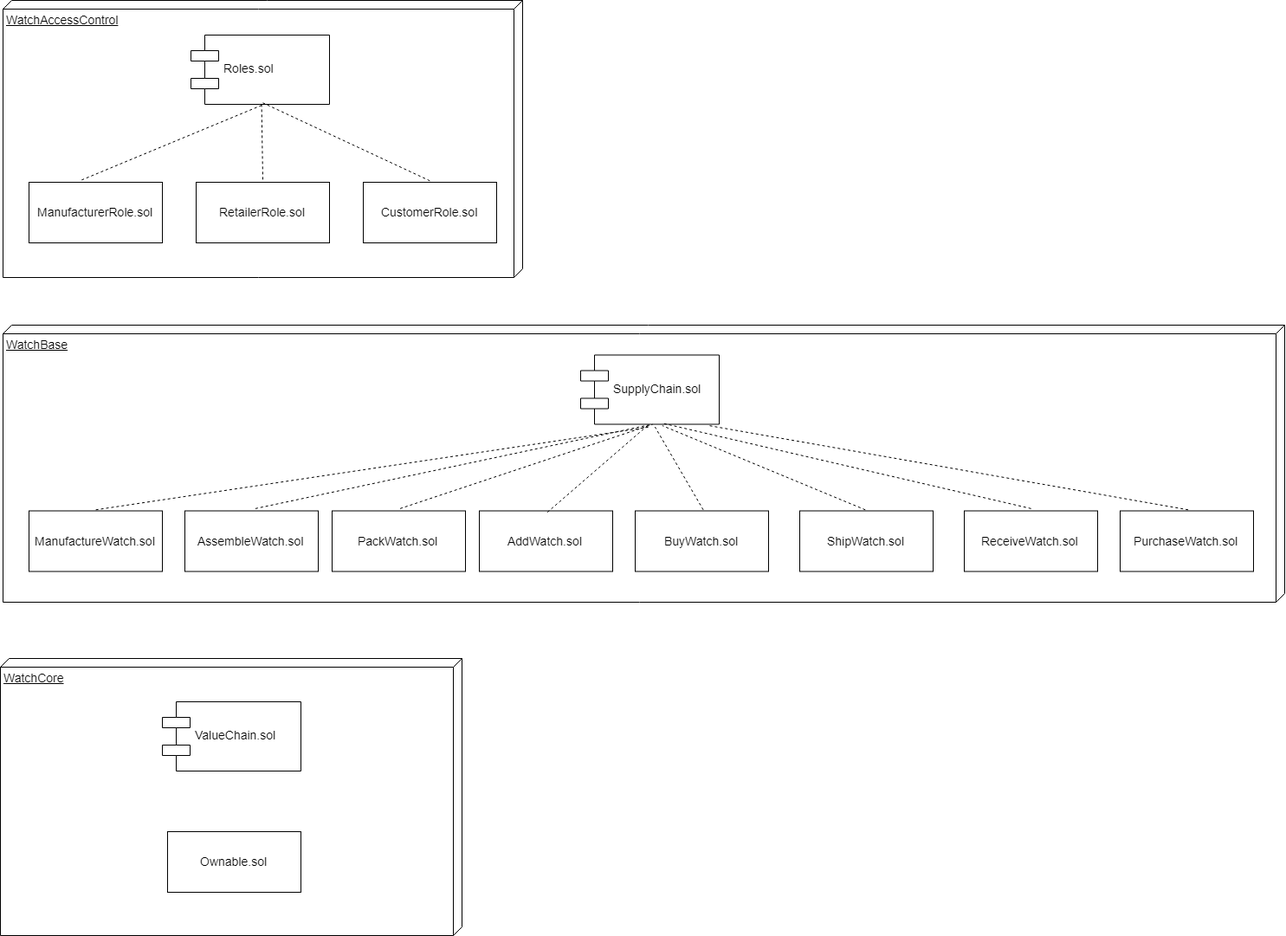
Before: UML/Watches Data Model Diagram.png, a diagram exported from draw.io (muradmm83/project6-blockchainnd). Source tidied: cells renumbered, new cells last; positions are measured from the earlier drawing's top-left corner, leaving out a move shared by most shapes.
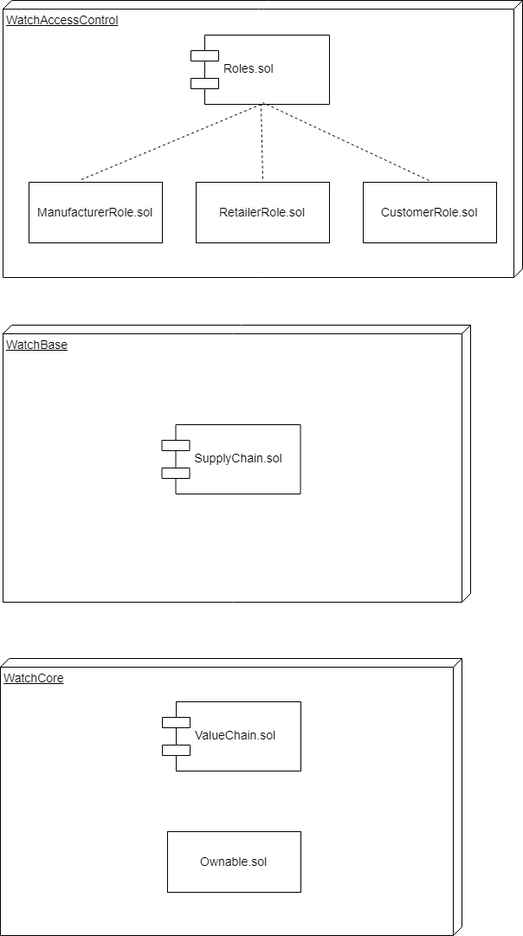
The same file after the commit.

Commit message:
Update State & Data Model diagrams

Change to the diagram source:
```diff
@@ -3,7 +3,7 @@
     <mxCell id="0" />
     <mxCell id="1" parent="0" />
     <mxCell id="2" value="&lt;font style=&quot;font-size: 14px&quot;&gt;WatchBase&lt;/font&gt;" style="verticalAlign=top;align=left;spacingTop=8;spacingLeft=2;spacingRight=12;shape=cube;size=10;direction=south;fontStyle=4;html=1;" parent="1" vertex="1">
-      <mxGeometry x="3" y="375" width="1480" height="320" as="geometry" />
+      <mxGeometry x="3" y="375" width="540" height="320" as="geometry" />
     </mxCell>
     <mxCell id="3" value="&lt;font style=&quot;font-size: 14px&quot;&gt;WatchAccessControl&lt;/font&gt;" style="verticalAlign=top;align=left;spacingTop=8;spacingLeft=2;spacingRight=12;shape=cube;size=10;direction=south;fontStyle=4;html=1;" parent="1" vertex="1">
       <mxGeometry x="3" width="600" height="320" as="geometry" />
@@ -30,56 +30,8 @@
       <mxGeometry relative="1" as="geometry" />
     </mxCell>
     <mxCell id="11" value="SupplyChain.sol" style="shape=component;align=left;spacingLeft=36;fontSize=14;" parent="1" vertex="1">
-      <mxGeometry x="670" y="409.5" width="160" height="80" as="geometry" />
+      <mxGeometry x="186.5" y="490" width="160" height="80" as="geometry" />
     </mxCell>
-    <mxCell id="12" value="&lt;span style=&quot;font-size: 14px&quot;&gt;ManufactureWatch.sol&lt;/span&gt;" style="html=1;" parent="1" vertex="1">
-      <mxGeometry x="33" y="589.5" width="154" height="70" as="geometry" />
-    </mxCell>
-    <mxCell id="13" value="&lt;font style=&quot;font-size: 14px&quot;&gt;AssembleWatch.sol&lt;/font&gt;" style="html=1;" parent="1" vertex="1">
-      <mxGeometry x="213" y="589.5" width="154" height="70" as="geometry" />
-    </mxCell>
-    <mxCell id="14" value="&lt;font style=&quot;font-size: 14px&quot;&gt;PackWatch.sol&lt;/font&gt;" style="html=1;" parent="1" vertex="1">
-      <mxGeometry x="383" y="589.5" width="154" height="70" as="geometry" />
-    </mxCell>
-    <mxCell id="15" value="&lt;font style=&quot;font-size: 14px&quot;&gt;AddWatch.sol&lt;/font&gt;" style="html=1;" parent="1" vertex="1">
-      <mxGeometry x="553" y="589.5" width="154" height="70" as="geometry" />
-    </mxCell>
-    <mxCell id="16" value="&lt;font style=&quot;font-size: 14px&quot;&gt;BuyWatch.sol&lt;/font&gt;" style="html=1;" parent="1" vertex="1">
-      <mxGeometry x="733" y="589.5" width="154" height="70" as="geometry" />
-    </mxCell>
-    <mxCell id="17" value="&lt;span style=&quot;font-size: 14px&quot;&gt;ShipWatch.sol&lt;/span&gt;" style="html=1;" parent="1" vertex="1">
-      <mxGeometry x="923" y="589.5" width="154" height="70" as="geometry" />
-    </mxCell>
-    <mxCell id="18" value="&lt;font style=&quot;font-size: 14px&quot;&gt;ReceiveWatch.sol&lt;/font&gt;" style="html=1;" parent="1" vertex="1">
-      <mxGeometry x="1113" y="589.5" width="154" height="70" as="geometry" />
-    </mxCell>
-    <mxCell id="19" value="&lt;font style=&quot;font-size: 14px&quot;&gt;PurchaseWatch.sol&lt;/font&gt;" style="html=1;" parent="1" vertex="1">
-      <mxGeometry x="1293" y="589.5" width="154" height="70" as="geometry" />
-    </mxCell>
-    <mxCell id="20" style="endArrow=none;dashed=1;html=1;fontSize=14;entryX=0.5;entryY=1.044;entryDx=0;entryDy=0;entryPerimeter=0;exitX=0.5;exitY=-0.021;exitDx=0;exitDy=0;exitPerimeter=0;" parent="1" edge="1" source="12" target="11">
-      <mxGeometry relative="1" as="geometry" />
-    </mxCell>
-    <mxCell id="21" style="endArrow=none;dashed=1;html=1;fontSize=14;exitX=0.527;exitY=-0.038;exitDx=0;exitDy=0;exitPerimeter=0;entryX=0.506;entryY=1.006;entryDx=0;entryDy=0;entryPerimeter=0;" parent="1" edge="1" source="13" target="11">
-      <mxGeometry relative="1" as="geometry" />
-    </mxCell>
-    <mxCell id="22" style="endArrow=none;dashed=1;html=1;fontSize=14;exitX=0.511;exitY=-0.032;exitDx=0;exitDy=0;exitPerimeter=0;entryX=0.519;entryY=1.006;entryDx=0;entryDy=0;entryPerimeter=0;" parent="1" edge="1" source="14" target="11">
-      <mxGeometry relative="1" as="geometry" />
-    </mxCell>
-    <mxCell id="23" style="endArrow=none;dashed=1;html=1;fontSize=14;exitX=0.506;exitY=0.021;exitDx=0;exitDy=0;exitPerimeter=0;entryX=0.494;entryY=1.006;entryDx=0;entryDy=0;entryPerimeter=0;" parent="1" edge="1" source="15" target="11">
-      <mxGeometry relative="1" as="geometry" />
-    </mxCell>
-    <mxCell id="24" style="endArrow=none;dashed=1;html=1;fontSize=14;entryX=0.536;entryY=1.031;entryDx=0;entryDy=0;entryPerimeter=0;exitX=0.506;exitY=-0.021;exitDx=0;exitDy=0;exitPerimeter=0;" parent="1" edge="1" source="16" target="11">
-      <mxGeometry relative="1" as="geometry" />
-    </mxCell>
-    <mxCell id="25" style="endArrow=none;dashed=1;html=1;fontSize=14;entryX=0.588;entryY=1.016;entryDx=0;entryDy=0;entryPerimeter=0;exitX=0.488;exitY=-0.016;exitDx=0;exitDy=0;exitPerimeter=0;" parent="1" edge="1" source="17" target="11">
-      <mxGeometry relative="1" as="geometry" />
-    </mxCell>
-    <mxCell id="26" style="endArrow=none;dashed=1;html=1;fontSize=14;entryX=0.588;entryY=0.981;entryDx=0;entryDy=0;entryPerimeter=0;exitX=0.5;exitY=-0.032;exitDx=0;exitDy=0;exitPerimeter=0;" parent="1" edge="1" source="18" target="11">
-      <mxGeometry relative="1" as="geometry" />
-    </mxCell>
-    <mxCell id="27" style="endArrow=none;dashed=1;html=1;fontSize=14;entryX=0.926;entryY=1.016;entryDx=0;entryDy=0;entryPerimeter=0;exitX=0.506;exitY=-0.021;exitDx=0;exitDy=0;exitPerimeter=0;" parent="1" edge="1" source="19" target="11">
-      <mxGeometry relative="1" as="geometry" />
-    </mxCell>
     <mxCell id="28" value="&lt;font style=&quot;font-size: 14px&quot;&gt;WatchCore&lt;/font&gt;" style="verticalAlign=top;align=left;spacingTop=8;spacingLeft=2;spacingRight=12;shape=cube;size=10;direction=south;fontStyle=4;html=1;" parent="1" vertex="1">
       <mxGeometry y="760" width="533" height="320" as="geometry" />
     </mxCell>
```
